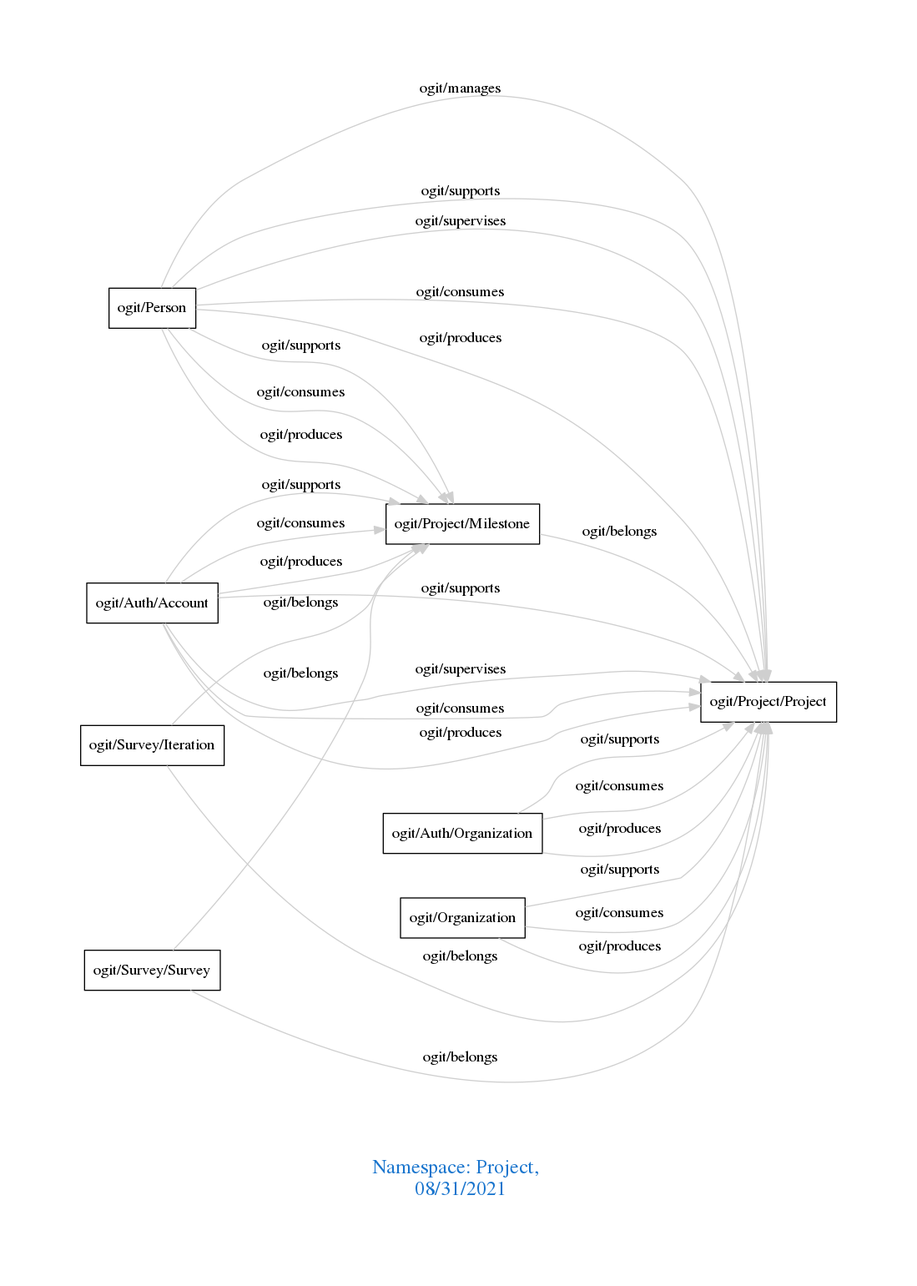
Before: downloads/Project.png, a diagram exported from Graphviz (arago/OGIT). Its source is kept beside it as downloads/Project.dot.
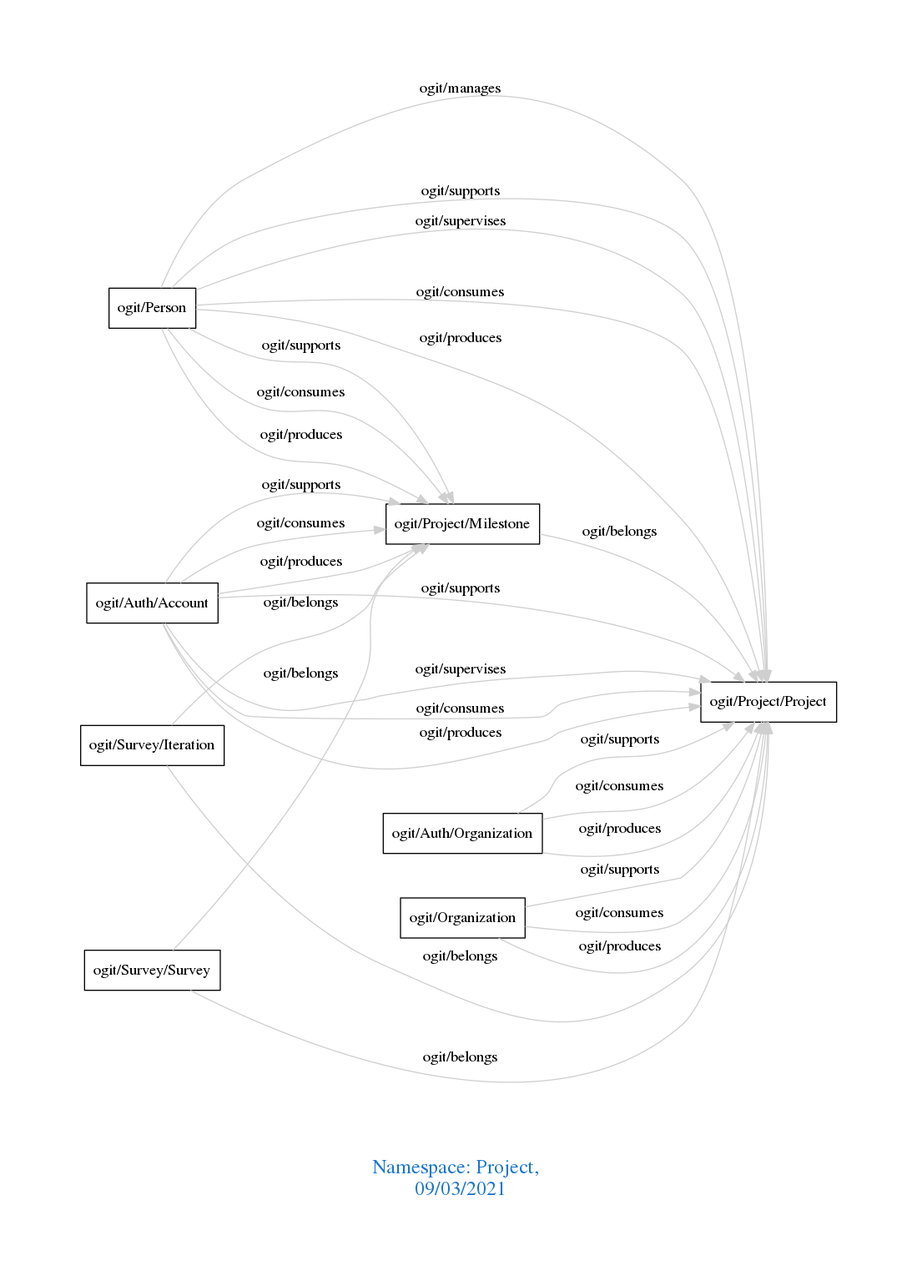
Above is the later version.

What changed in the source:
```diff
@@ -1,7 +1,7 @@
 digraph OGIT_ontology {
  graph [ rankdir= LR,pad=1
 fontsize = 18,
-fontcolor= dodgerblue3,label = "\n\n\nNamespace: Project, \n 08/31/2021"];
+fontcolor= dodgerblue3,label = "\n\n\nNamespace: Project, \n 09/03/2021"];
 node[shape=polygon];
 edge [  color="gray81"];
 
```
